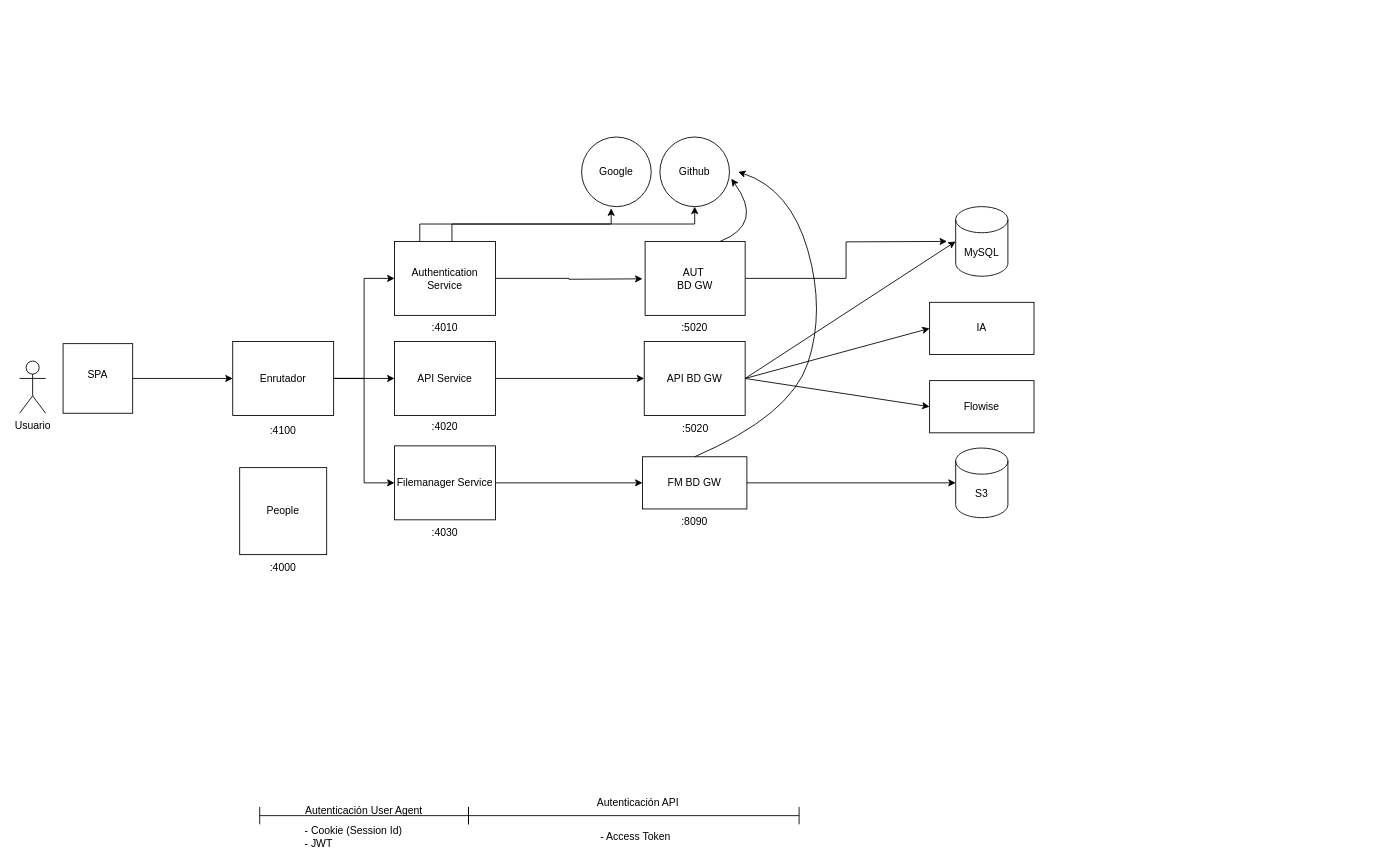
Earlier version of the draw.io diagram page "Copia de Microservicios" (9 of 14) of Diagrama sin título.drawio (ocpdata/new-repo). Source tidied: cells renumbered, new cells numbered last; positions are measured from the earlier drawing's top-left corner, leaving out a move shared by most shapes. Both pictures are drawn from the tidied source at 87%, with x=0, y=0 at pixel (19, 137).
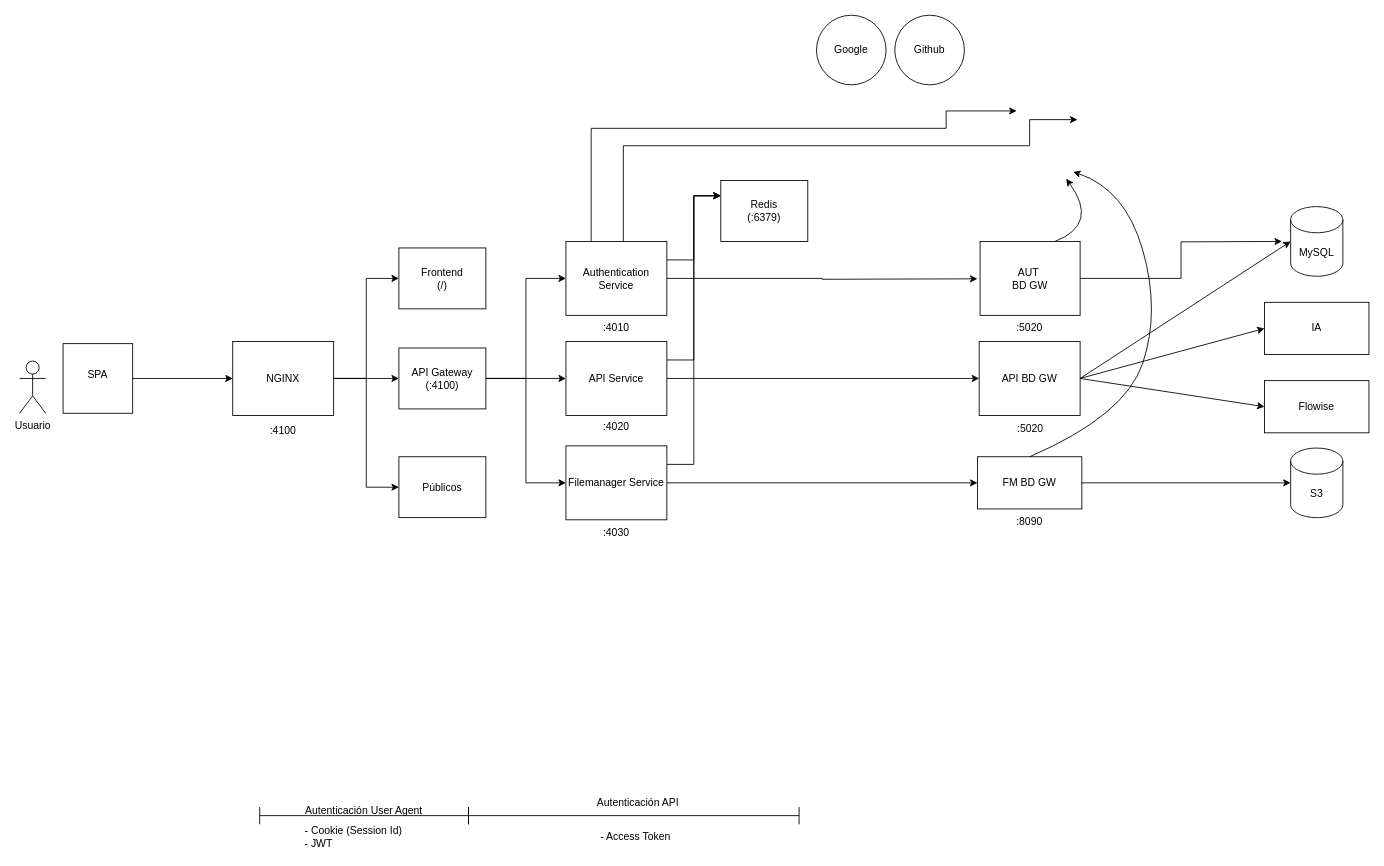
After the change.

Change to the diagram source:
```diff
@@
+    <mxCell id="52" style="whiteSpace=wrap;html=1;" parent="1" vertex="1">
+      <mxGeometry x="436" y="127.5" width="100" height="70" as="geometry" />
+    </mxCell>
@@
-    <mxCell id="3" style="edgeStyle=orthogonalEdgeStyle;rounded=0;jettySize=auto;html=1;exitX=0.569;exitY=0.012;exitDx=0;exitDy=0;entryX=0.5;entryY=1;entryDx=0;entryDy=0;exitPerimeter=0;" parent="1" edge="1" source="48" target="19">
-      <mxGeometry relative="1" as="geometry" />
+    <mxCell id="3" style="edgeStyle=orthogonalEdgeStyle;rounded=0;jettySize=auto;html=1;exitX=0.569;exitY=0.012;exitDx=0;exitDy=0;exitPerimeter=0;" parent="1" edge="1" source="48">
+      <mxGeometry relative="1" as="geometry">
+        <mxPoint x="1216" y="-20" as="targetPoint" />
+        <Array as="points">
+          <mxPoint x="694" y="10" />
+          <mxPoint x="1161" y="10" />
+        </Array>
+      </mxGeometry>
     </mxCell>
     <mxCell id="4" style="edgeStyle=orthogonalEdgeStyle;rounded=0;jettySize=auto;html=1;exitX=1;exitY=0.5;exitDx=0;exitDy=0;" parent="1" edge="1" source="48">
       <mxGeometry relative="1" as="geometry">
-        <mxPoint x="716" y="163" as="targetPoint" />
+        <mxPoint x="1101" y="163" as="targetPoint" />
       </mxGeometry>
     </mxCell>
@@
     <mxCell id="6" style="edgeStyle=orthogonalEdgeStyle;rounded=0;jettySize=auto;html=1;exitX=1;exitY=0.5;exitDx=0;exitDy=0;" parent="1" edge="1" source="7">
       <mxGeometry relative="1" as="geometry">
-        <mxPoint x="1066" y="120" as="targetPoint" />
+        <mxPoint x="1451" y="120" as="targetPoint" />
       </mxGeometry>
     </mxCell>
     <mxCell id="7" value="AUT&amp;nbsp;&lt;div&gt;BD GW&lt;/div&gt;" style="rounded=0;whiteSpace=wrap;html=1;" parent="1" vertex="1">
-      <mxGeometry x="719" y="120" width="115" height="85" as="geometry" />
+      <mxGeometry x="1104" y="120" width="115" height="85" as="geometry" />
     </mxCell>
@@
     <mxCell id="9" value="IA" style="rounded=0;whiteSpace=wrap;html=1;" parent="1" vertex="1">
-      <mxGeometry x="1046" y="190" width="120" height="60" as="geometry" />
+      <mxGeometry x="1431" y="190" width="120" height="60" as="geometry" />
     </mxCell>
     <mxCell id="10" value="FM BD GW" style="rounded=0;whiteSpace=wrap;html=1;" parent="1" vertex="1">
-      <mxGeometry x="716" y="367.5" width="120" height="60" as="geometry" />
+      <mxGeometry x="1101" y="367.5" width="120" height="60" as="geometry" />
     </mxCell>
     <mxCell id="11" value="MySQL" style="shape=cylinder3;whiteSpace=wrap;html=1;boundedLbl=1;backgroundOutline=1;size=15;" parent="1" vertex="1">
-      <mxGeometry x="1076" y="80" width="60" height="80" as="geometry" />
+      <mxGeometry x="1461" y="80" width="60" height="80" as="geometry" />
     </mxCell>
     <mxCell id="12" value="Flowise" style="rounded=0;whiteSpace=wrap;html=1;" parent="1" vertex="1">
-      <mxGeometry x="1046" y="280" width="120" height="60" as="geometry" />
+      <mxGeometry x="1431" y="280" width="120" height="60" as="geometry" />
     </mxCell>
@@
     <mxCell id="14" value="S3" style="shape=cylinder3;whiteSpace=wrap;html=1;boundedLbl=1;backgroundOutline=1;size=15;" parent="1" vertex="1">
-      <mxGeometry x="1076" y="357.5" width="60" height="80" as="geometry" />
+      <mxGeometry x="1461" y="357.5" width="60" height="80" as="geometry" />
     </mxCell>
@@
     <mxCell id="18" value="Google" style="ellipse;whiteSpace=wrap;html=1;" parent="1" vertex="1">
-      <mxGeometry x="646" width="80" height="80" as="geometry" />
+      <mxGeometry x="916" y="-140" width="80" height="80" as="geometry" />
     </mxCell>
     <mxCell id="19" value="Github" style="ellipse;whiteSpace=wrap;html=1;" parent="1" vertex="1">
-      <mxGeometry x="736" width="80" height="80" as="geometry" />
+      <mxGeometry x="1006" y="-140" width="80" height="80" as="geometry" />
     </mxCell>
-    <mxCell id="20" style="edgeStyle=orthogonalEdgeStyle;rounded=0;jettySize=auto;html=1;exitX=0.25;exitY=0;exitDx=0;exitDy=0;entryX=0.425;entryY=1.025;entryDx=0;entryDy=0;entryPerimeter=0;" parent="1" edge="1" source="48" target="18">
-      <mxGeometry relative="1" as="geometry" />
+    <mxCell id="20" style="edgeStyle=orthogonalEdgeStyle;rounded=0;jettySize=auto;html=1;exitX=0.25;exitY=0;exitDx=0;exitDy=0;" parent="1" edge="1" source="48">
+      <mxGeometry relative="1" as="geometry">
+        <mxPoint x="1146" y="-30" as="targetPoint" />
+        <Array as="points">
+          <mxPoint x="657" y="-10" />
+          <mxPoint x="1065" y="-10" />
+        </Array>
+      </mxGeometry>
     </mxCell>
@@
     <mxCell id="22" style="edgeStyle=orthogonalEdgeStyle;rounded=0;jettySize=auto;html=1;exitX=1;exitY=0.5;exitDx=0;exitDy=0;entryX=0;entryY=0.5;entryDx=0;entryDy=0;" parent="1" edge="1" source="38" target="10">
       <mxGeometry relative="1" as="geometry">
         <Array as="points">
-          <mxPoint x="706" y="398" />
+          <mxPoint x="1091" y="398" />
         </Array>
       </mxGeometry>
     </mxCell>
     <mxCell id="23" value=":8090" style="text;strokeColor=none;align=center;fillColor=none;html=1;verticalAlign=middle;whiteSpace=wrap;rounded=0;" parent="1" vertex="1">
-      <mxGeometry x="746" y="427.5" width="60" height="30" as="geometry" />
+      <mxGeometry x="1131" y="427.5" width="60" height="30" as="geometry" />
     </mxCell>
@@
-    <mxCell id="25" style="curved=1;endArrow=classic;html=1;rounded=0;exitX=0.75;exitY=0;exitDx=0;exitDy=0;entryX=1.025;entryY=0.6;entryDx=0;entryDy=0;entryPerimeter=0;" parent="1" edge="1" source="7" target="19">
+    <mxCell id="25" style="curved=1;endArrow=classic;html=1;rounded=0;exitX=0.75;exitY=0;exitDx=0;exitDy=0;entryX=1.025;entryY=0.6;entryDx=0;entryDy=0;entryPerimeter=0;" parent="1" edge="1" source="7">
       <mxGeometry relative="1" as="geometry">
+        <mxPoint x="1203" y="48" as="targetPoint" />
         <Array as="points">
-          <mxPoint x="856" y="100" />
+          <mxPoint x="1241" y="100" />
         </Array>
       </mxGeometry>
     </mxCell>
     <mxCell id="26" style="curved=1;endArrow=classic;html=1;rounded=0;exitX=0.5;exitY=0;exitDx=0;exitDy=0;" parent="1" edge="1" source="10">
       <mxGeometry relative="1" as="geometry">
-        <mxPoint x="826" y="40" as="targetPoint" />
+        <mxPoint x="1211" y="40" as="targetPoint" />
         <Array as="points">
-          <mxPoint x="886" y="320" />
-          <mxPoint x="926" y="200" />
-          <mxPoint x="886" y="60" />
+          <mxPoint x="1271" y="320" />
+          <mxPoint x="1311" y="200" />
+          <mxPoint x="1271" y="60" />
         </Array>
       </mxGeometry>
     </mxCell>
@@
-    <mxCell id="33" style="edgeStyle=orthogonalEdgeStyle;rounded=0;jettySize=auto;html=1;exitX=1;exitY=0.5;exitDx=0;exitDy=0;entryX=0;entryY=0.5;entryDx=0;entryDy=0;" parent="1" edge="1" source="36" target="37">
+    <mxCell id="33" style="edgeStyle=orthogonalEdgeStyle;rounded=0;jettySize=auto;html=1;exitX=1;exitY=0.5;exitDx=0;exitDy=0;entryX=0;entryY=0.5;entryDx=0;entryDy=0;" parent="1" edge="1" source="36" target="59">
       <mxGeometry relative="1" as="geometry" />
     </mxCell>
-    <mxCell id="34" style="edgeStyle=orthogonalEdgeStyle;rounded=0;jettySize=auto;html=1;exitX=1;exitY=0.5;exitDx=0;exitDy=0;entryX=0;entryY=0.5;entryDx=0;entryDy=0;" parent="1" edge="1" source="36" target="48">
+    <mxCell id="34" style="edgeStyle=orthogonalEdgeStyle;rounded=0;jettySize=auto;html=1;exitX=1;exitY=0.5;exitDx=0;exitDy=0;entryX=0;entryY=0.5;entryDx=0;entryDy=0;" parent="1" edge="1" source="36" target="52">
       <mxGeometry relative="1" as="geometry" />
     </mxCell>
-    <mxCell id="35" style="edgeStyle=orthogonalEdgeStyle;rounded=0;jettySize=auto;html=1;exitX=1;exitY=0.5;exitDx=0;exitDy=0;entryX=0;entryY=0.5;entryDx=0;entryDy=0;" parent="1" edge="1" source="36" target="38">
+    <mxCell id="35" style="edgeStyle=orthogonalEdgeStyle;rounded=0;jettySize=auto;html=1;exitX=1;exitY=0.5;exitDx=0;exitDy=0;entryX=0;entryY=0.5;entryDx=0;entryDy=0;" parent="1" edge="1" source="36" target="61">
       <mxGeometry relative="1" as="geometry" />
     </mxCell>
-    <mxCell id="36" value="Enrutador" style="rounded=0;whiteSpace=wrap;html=1;" parent="1" vertex="1">
+    <mxCell id="36" value="NGINX" style="rounded=0;whiteSpace=wrap;html=1;" parent="1" vertex="1">
       <mxGeometry x="245" y="235" width="116" height="85" as="geometry" />
     </mxCell>
+    <mxCell id="53" style="edgeStyle=orthogonalEdgeStyle;rounded=0;jettySize=auto;html=1;exitX=1;exitY=0.25;exitDx=0;exitDy=0;entryX=0;entryY=0.25;entryDx=0;entryDy=0;" parent="1" edge="1" source="37" target="63">
+      <mxGeometry relative="1" as="geometry" />
+    </mxCell>
     <mxCell id="37" value="API Service" style="rounded=0;whiteSpace=wrap;html=1;" parent="1" vertex="1">
-      <mxGeometry x="431" y="235" width="116" height="85" as="geometry" />
+      <mxGeometry x="628" y="235" width="116" height="85" as="geometry" />
     </mxCell>
+    <mxCell id="54" style="edgeStyle=orthogonalEdgeStyle;rounded=0;jettySize=auto;html=1;exitX=1;exitY=0.25;exitDx=0;exitDy=0;entryX=0;entryY=0.25;entryDx=0;entryDy=0;" parent="1" edge="1" source="38" target="63">
+      <mxGeometry relative="1" as="geometry" />
+    </mxCell>
     <mxCell id="38" value="Filemanager Service" style="rounded=0;whiteSpace=wrap;html=1;" parent="1" vertex="1">
-      <mxGeometry x="431" y="355" width="116" height="85" as="geometry" />
+      <mxGeometry x="628" y="355" width="116" height="85" as="geometry" />
     </mxCell>
@@
     <mxCell id="40" value=":4010" style="text;strokeColor=none;align=center;fillColor=none;html=1;verticalAlign=middle;whiteSpace=wrap;rounded=0;" parent="1" vertex="1">
-      <mxGeometry x="459" y="205" width="60" height="30" as="geometry" />
+      <mxGeometry x="656" y="205" width="60" height="30" as="geometry" />
     </mxCell>
     <mxCell id="41" value=":4020" style="text;strokeColor=none;align=center;fillColor=none;html=1;verticalAlign=middle;whiteSpace=wrap;rounded=0;" parent="1" vertex="1">
-      <mxGeometry x="459" y="317.5" width="60" height="30" as="geometry" />
+      <mxGeometry x="656" y="317.5" width="60" height="30" as="geometry" />
     </mxCell>
     <mxCell id="42" value=":4030" style="text;strokeColor=none;align=center;fillColor=none;html=1;verticalAlign=middle;whiteSpace=wrap;rounded=0;" parent="1" vertex="1">
-      <mxGeometry x="459" y="440" width="60" height="30" as="geometry" />
+      <mxGeometry x="656" y="440" width="60" height="30" as="geometry" />
     </mxCell>
-    <mxCell id="43" value="People" style="whiteSpace=wrap;html=1;" parent="1" vertex="1">
-      <mxGeometry x="253" y="380" width="100" height="100" as="geometry" />
-    </mxCell>
-    <mxCell id="44" style="edgeStyle=orthogonalEdgeStyle;rounded=0;orthogonalLoop=1;jettySize=auto;html=1;exitX=0.5;exitY=1;exitDx=0;exitDy=0;" parent="1" edge="1" source="43" target="43">
-      <mxGeometry relative="1" as="geometry" />
-    </mxCell>
-    <mxCell id="45" value=":4000" style="text;strokeColor=none;align=center;fillColor=none;html=1;verticalAlign=middle;whiteSpace=wrap;rounded=0;" parent="1" vertex="1">
-      <mxGeometry x="273" y="480" width="60" height="30" as="geometry" />
+    <mxCell id="45" value="Frontend (/)" style="text;strokeColor=none;align=center;fillColor=none;html=1;verticalAlign=middle;whiteSpace=wrap;rounded=0;" parent="1" vertex="1">
+      <mxGeometry x="456" y="147.5" width="60" height="30" as="geometry" />
     </mxCell>
-    <mxCell id="46" style="edgeStyle=orthogonalEdgeStyle;rounded=0;orthogonalLoop=1;jettySize=auto;html=1;exitX=0.5;exitY=1;exitDx=0;exitDy=0;" parent="1" edge="1" source="43" target="43">
-      <mxGeometry relative="1" as="geometry" />
-    </mxCell>
     <mxCell id="47" value="API BD GW" style="rounded=0;whiteSpace=wrap;html=1;" parent="1" vertex="1">
-      <mxGeometry x="718" y="235" width="116" height="85" as="geometry" />
+      <mxGeometry x="1103" y="235" width="116" height="85" as="geometry" />
     </mxCell>
+    <mxCell id="55" style="edgeStyle=orthogonalEdgeStyle;rounded=0;jettySize=auto;html=1;exitX=1;exitY=0.25;exitDx=0;exitDy=0;entryX=0;entryY=0.25;entryDx=0;entryDy=0;" parent="1" edge="1" source="48" target="63">
+      <mxGeometry relative="1" as="geometry" />
+    </mxCell>
     <mxCell id="48" value="Authentication Service" style="rounded=0;whiteSpace=wrap;html=1;" parent="1" vertex="1">
-      <mxGeometry x="431" y="120" width="116" height="85" as="geometry" />
+      <mxGeometry x="628" y="120" width="116" height="85" as="geometry" />
     </mxCell>
@@
     <mxCell id="50" value=":5020" style="text;strokeColor=none;align=center;fillColor=none;html=1;verticalAlign=middle;whiteSpace=wrap;rounded=0;" parent="1" vertex="1">
-      <mxGeometry x="746" y="205" width="60" height="30" as="geometry" />
+      <mxGeometry x="1131" y="205" width="60" height="30" as="geometry" />
     </mxCell>
     <mxCell id="51" value=":5020" style="text;strokeColor=none;align=center;fillColor=none;html=1;verticalAlign=middle;whiteSpace=wrap;rounded=0;" parent="1" vertex="1">
-      <mxGeometry x="746.5" y="320" width="60" height="30" as="geometry" />
+      <mxGeometry x="1131.5" y="320" width="60" height="30" as="geometry" />
     </mxCell>
+    <mxCell id="56" style="edgeStyle=orthogonalEdgeStyle;rounded=0;jettySize=auto;html=1;exitX=1;exitY=0.5;exitDx=0;exitDy=0;entryX=0;entryY=0.5;entryDx=0;entryDy=0;" parent="1" edge="1" source="59" target="37">
+      <mxGeometry relative="1" as="geometry" />
+    </mxCell>
+    <mxCell id="57" style="edgeStyle=orthogonalEdgeStyle;rounded=0;jettySize=auto;html=1;exitX=1;exitY=0.5;exitDx=0;exitDy=0;entryX=0;entryY=0.5;entryDx=0;entryDy=0;" parent="1" edge="1" source="59" target="48">
+      <mxGeometry relative="1" as="geometry" />
+    </mxCell>
+    <mxCell id="58" style="edgeStyle=orthogonalEdgeStyle;rounded=0;jettySize=auto;html=1;exitX=1;exitY=0.5;exitDx=0;exitDy=0;entryX=0;entryY=0.5;entryDx=0;entryDy=0;" parent="1" edge="1" source="59" target="38">
+      <mxGeometry relative="1" as="geometry" />
+    </mxCell>
+    <mxCell id="59" style="whiteSpace=wrap;html=1;" parent="1" vertex="1">
+      <mxGeometry x="436" y="242.5" width="100" height="70" as="geometry" />
+    </mxCell>
+    <mxCell id="60" value="API Gateway (:4100)" style="text;strokeColor=none;align=center;fillColor=none;html=1;verticalAlign=middle;whiteSpace=wrap;rounded=0;" parent="1" vertex="1">
+      <mxGeometry x="446" y="262.5" width="80" height="30" as="geometry" />
+    </mxCell>
+    <mxCell id="61" style="whiteSpace=wrap;html=1;" parent="1" vertex="1">
+      <mxGeometry x="436" y="367.5" width="100" height="70" as="geometry" />
+    </mxCell>
+    <mxCell id="62" value="Públicos" style="text;strokeColor=none;align=center;fillColor=none;html=1;verticalAlign=middle;whiteSpace=wrap;rounded=0;" parent="1" vertex="1">
+      <mxGeometry x="456" y="387.5" width="60" height="30" as="geometry" />
+    </mxCell>
+    <mxCell id="63" style="whiteSpace=wrap;html=1;" parent="1" vertex="1">
+      <mxGeometry x="806" y="50" width="100" height="70" as="geometry" />
+    </mxCell>
+    <mxCell id="64" value="Redis (:6379)" style="text;strokeColor=none;align=center;fillColor=none;html=1;verticalAlign=middle;whiteSpace=wrap;rounded=0;" parent="1" vertex="1">
+      <mxGeometry x="826" y="70" width="60" height="30" as="geometry" />
+    </mxCell>
```
